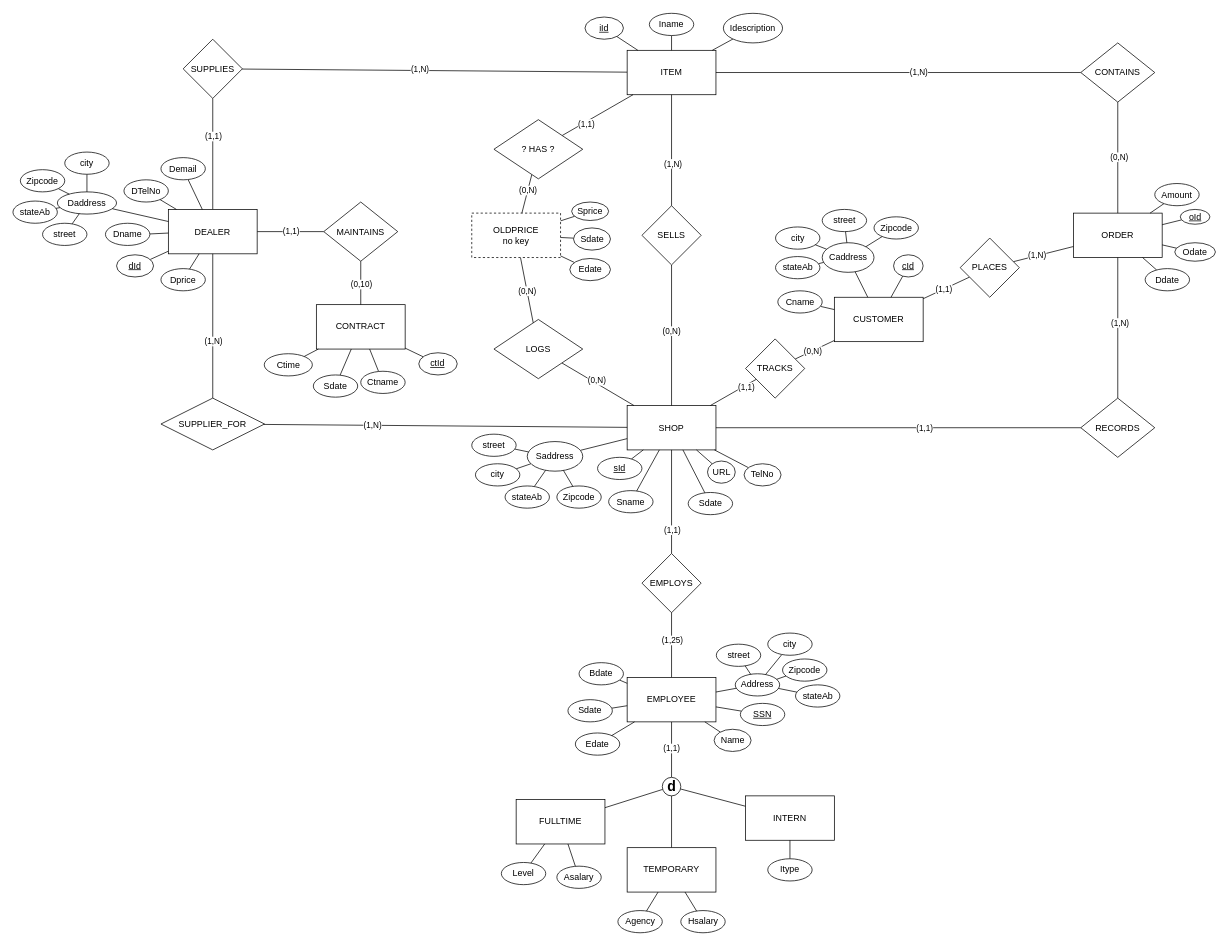
Before: EER_Diagram.drawio in n1ck007/cse3330_project, a draw.io diagram. Source tidied: cells renumbered, new cells numbered last; positions are measured from the earlier drawing's top-left corner, leaving out a move shared by most shapes. Both pictures are drawn from the tidied source at 74%, with x=0, y=0 at pixel (13, 13).
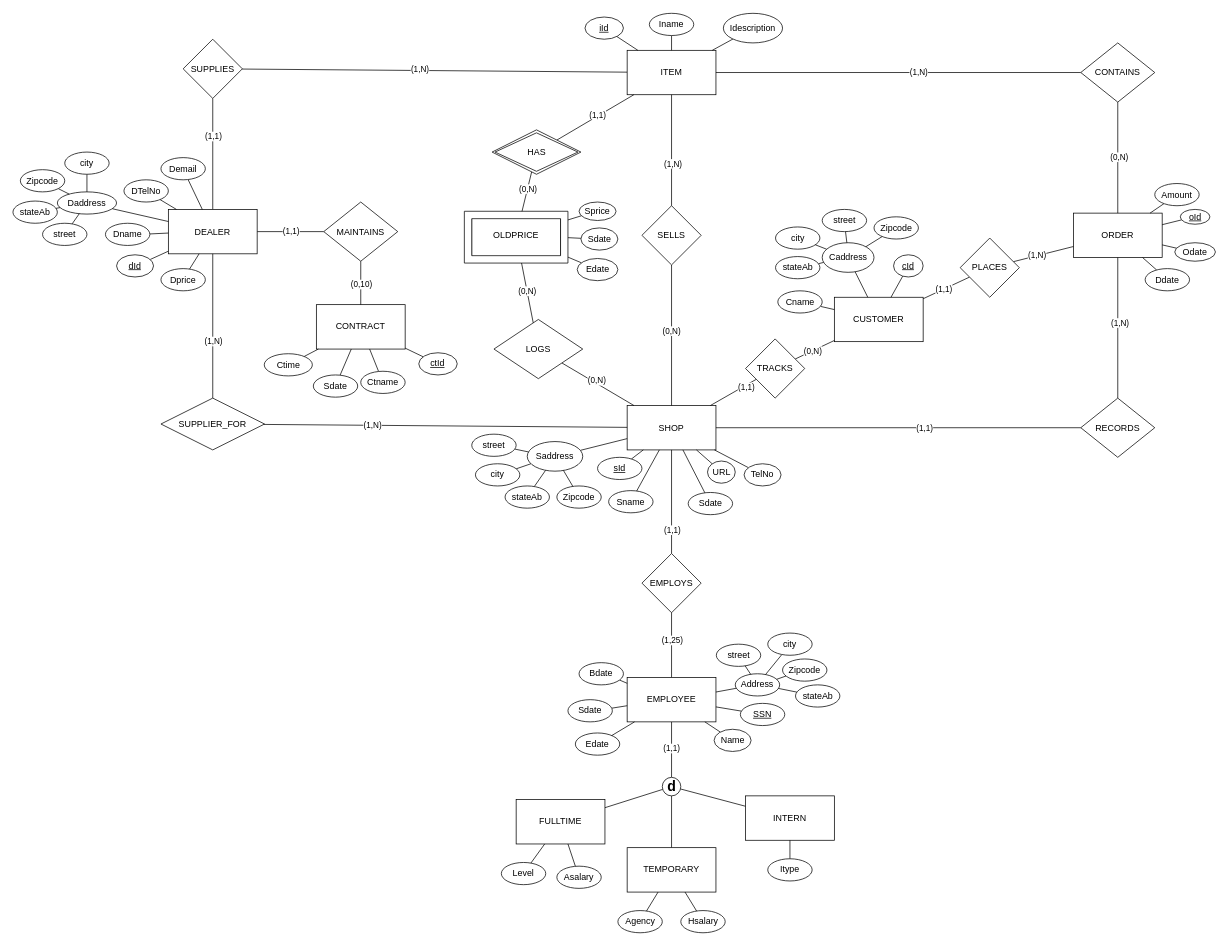
The same diagram, later.

Commit message:
changed OLDPRICE to weak entity

The change refers to these unchanged cells:
```xml
<mxCell id="25" value="ITEM" style="rounded=0;whiteSpace=wrap;html=1;" parent="1" vertex="1">
  <mxGeometry x="830" y="50.5" width="120" height="60" as="geometry" />
</mxCell>
```

Diff of the diagram source:
```diff
@@
-    <mxCell id="42" value="OLDPRICE&lt;br&gt;no key" style="rounded=0;whiteSpace=wrap;html=1;dashed=1;" parent="1" vertex="1">
+    <mxCell id="42" value="OLDPRICE" style="rounded=0;whiteSpace=wrap;html=1;" parent="1" vertex="1">
       <mxGeometry x="620" y="270.5" width="120" height="60" as="geometry" />
     </mxCell>
-    <mxCell id="43" style="rounded=0;jettySize=auto;html=1;endArrow=none;endFill=0;" parent="1" edge="1" source="47" target="25">
+    <mxCell id="43" style="rounded=0;jettySize=auto;html=1;endArrow=none;endFill=0;" parent="1" edge="1" source="187" target="25">
       <mxGeometry relative="1" as="geometry" />
     </mxCell>
     <mxCell id="44" value="(1,1)" style="edgeLabel;html=1;align=center;verticalAlign=middle;" parent="43" vertex="1">
-      <mxGeometry x="-0.35" y="-2" relative="1" as="geometry" />
+      <mxGeometry x="-0.35" y="-2" relative="1" as="geometry">
+        <mxPoint x="20" y="-16" as="offset" />
+      </mxGeometry>
     </mxCell>
-    <mxCell id="45" style="rounded=0;jettySize=auto;html=1;endArrow=none;endFill=0;" parent="1" edge="1" source="47" target="42">
+    <mxCell id="45" style="rounded=0;jettySize=auto;html=1;endArrow=none;endFill=0;" parent="1" edge="1" source="187" target="42">
       <mxGeometry relative="1" as="geometry" />
     </mxCell>
@@
-    <mxCell id="47" value="? HAS ?" style="rhombus;whiteSpace=wrap;html=1;" parent="1" vertex="1">
-      <mxGeometry x="650" y="144.2" width="120" height="80" as="geometry" />
-    </mxCell>
@@
     <mxCell id="162" value="Sprice" style="ellipse;whiteSpace=wrap;html=1;strokeColor=default;align=center;verticalAlign=middle;fontFamily=Helvetica;fontSize=12;fontColor=default;fillColor=default;" parent="1" vertex="1">
-      <mxGeometry x="755" y="255.5" width="50" height="25" as="geometry" />
+      <mxGeometry x="765" y="255.5" width="50" height="25" as="geometry" />
     </mxCell>
@@
     <mxCell id="164" value="Sdate" style="ellipse;whiteSpace=wrap;html=1;strokeColor=default;align=center;verticalAlign=middle;fontFamily=Helvetica;fontSize=12;fontColor=default;fillColor=default;" parent="1" vertex="1">
-      <mxGeometry x="757.5" y="290.5" width="50" height="30" as="geometry" />
+      <mxGeometry x="767.5" y="290.5" width="50" height="30" as="geometry" />
     </mxCell>
@@
     <mxCell id="166" value="Edate" style="ellipse;whiteSpace=wrap;html=1;strokeColor=default;align=center;verticalAlign=middle;fontFamily=Helvetica;fontSize=12;fontColor=default;fillColor=default;" parent="1" vertex="1">
-      <mxGeometry x="752.5" y="331.8" width="55" height="30" as="geometry" />
+      <mxGeometry x="762.5" y="331.8" width="55" height="30" as="geometry" />
     </mxCell>
@@
+    <mxCell id="186" style="verticalLabelPosition=bottom;verticalAlign=top;html=1;shape=mxgraph.basic.frame;dx=10;whiteSpace=wrap;" parent="1" vertex="1">
+      <mxGeometry x="610" y="268" width="140" height="70" as="geometry" />
+    </mxCell>
+    <mxCell id="187" value="HAS" style="shape=rhombus;double=1;perimeter=rhombusPerimeter;whiteSpace=wrap;html=1;align=center;" parent="1" vertex="1">
+      <mxGeometry x="647.5" y="158" width="120" height="60" as="geometry" />
+    </mxCell>
```
